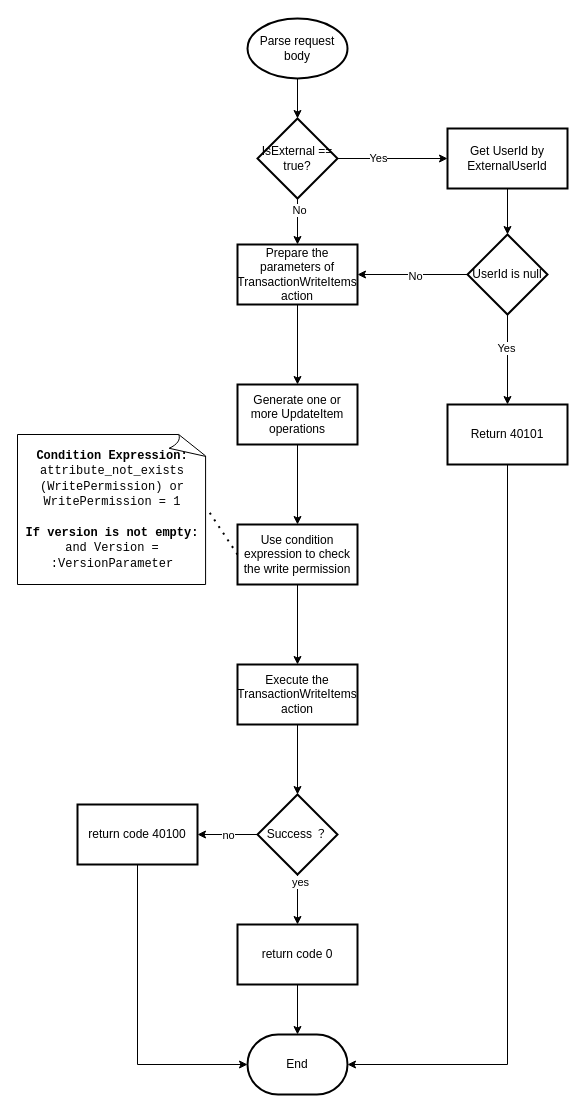
Before: page "WriteObjects" (4 of 8) of save_data.drawio in yaohuiwu/SimpleFS, a draw.io diagram. Source tidied: cells renumbered, new cells numbered last; positions are measured from the earlier drawing's top-left corner, leaving out a move shared by most shapes. Both pictures are drawn from the tidied source at 100%, with x=0, y=0 at pixel (17, 18).
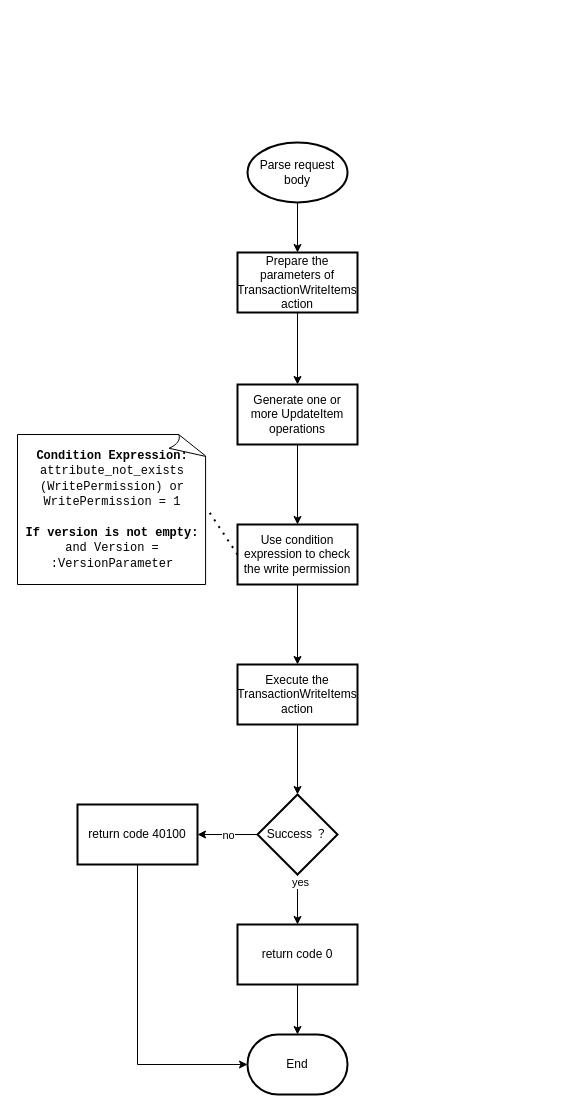
After the change.

Unchanged cells that the change refers to:
```xml
<mxCell id="22" value="End" style="strokeWidth=2;html=1;shape=mxgraph.flowchart.terminator;whiteSpace=wrap;" parent="1" vertex="1">
  <mxGeometry x="230" y="1016" width="100" height="60" as="geometry" />
</mxCell>
```

What changed in the source:
```diff
@@
-    <mxCell id="2" style="edgeStyle=orthogonalEdgeStyle;rounded=0;jettySize=auto;html=1;" parent="1" edge="1" source="3" target="27">
+    <mxCell id="2" style="edgeStyle=orthogonalEdgeStyle;rounded=0;jettySize=auto;html=1;" parent="1" edge="1" source="3" target="5">
       <mxGeometry relative="1" as="geometry" />
     </mxCell>
     <mxCell id="3" value="Parse request body" style="strokeWidth=2;html=1;shape=mxgraph.flowchart.start_1;whiteSpace=wrap;" parent="1" vertex="1">
-      <mxGeometry x="230" width="100" height="60" as="geometry" />
+      <mxGeometry x="230" y="124" width="100" height="60" as="geometry" />
     </mxCell>
@@
     <mxCell id="5" value="Prepare the parameters of TransactionWriteItems action" style="whiteSpace=wrap;html=1;strokeWidth=2;" parent="1" vertex="1">
-      <mxGeometry x="220" y="226" width="120" height="60" as="geometry" />
+      <mxGeometry x="220" y="234" width="120" height="60" as="geometry" />
     </mxCell>
@@
-    <mxCell id="23" style="edgeStyle=orthogonalEdgeStyle;rounded=0;jettySize=auto;html=1;" parent="1" edge="1" source="27" target="5">
-      <mxGeometry relative="1" as="geometry" />
-    </mxCell>
-    <mxCell id="24" value="No" style="edgeLabel;html=1;align=center;verticalAlign=middle;" parent="23" vertex="1">
-      <mxGeometry x="-0.52" y="1" relative="1" as="geometry" />
-    </mxCell>
-    <mxCell id="25" style="edgeStyle=orthogonalEdgeStyle;rounded=0;jettySize=auto;html=1;" parent="1" edge="1" source="27" target="29">
-      <mxGeometry relative="1" as="geometry" />
-    </mxCell>
-    <mxCell id="26" value="Yes" style="edgeLabel;html=1;align=center;verticalAlign=middle;" parent="25" vertex="1">
-      <mxGeometry x="-0.27" y="1" relative="1" as="geometry" />
-    </mxCell>
-    <mxCell id="27" value="IsExternal == true?" style="strokeWidth=2;html=1;shape=mxgraph.flowchart.decision;whiteSpace=wrap;" parent="1" vertex="1">
-      <mxGeometry x="240" y="100" width="80" height="80" as="geometry" />
-    </mxCell>
-    <mxCell id="28" style="edgeStyle=orthogonalEdgeStyle;rounded=0;jettySize=auto;html=1;" parent="1" edge="1" source="29" target="34">
-      <mxGeometry relative="1" as="geometry" />
-    </mxCell>
-    <mxCell id="29" value="Get UserId by ExternalUserId" style="whiteSpace=wrap;html=1;strokeWidth=2;" parent="1" vertex="1">
-      <mxGeometry x="430" y="110" width="120" height="60" as="geometry" />
-    </mxCell>
-    <mxCell id="30" style="edgeStyle=orthogonalEdgeStyle;rounded=0;jettySize=auto;html=1;" parent="1" edge="1" source="34" target="5">
-      <mxGeometry relative="1" as="geometry" />
-    </mxCell>
-    <mxCell id="31" value="No" style="edgeLabel;html=1;align=center;verticalAlign=middle;" parent="30" vertex="1">
-      <mxGeometry x="-0.03" y="1" relative="1" as="geometry" />
-    </mxCell>
-    <mxCell id="32" style="edgeStyle=orthogonalEdgeStyle;rounded=0;jettySize=auto;html=1;" parent="1" edge="1" source="34" target="36">
-      <mxGeometry relative="1" as="geometry" />
-    </mxCell>
-    <mxCell id="33" value="Yes" style="edgeLabel;html=1;align=center;verticalAlign=middle;" parent="32" vertex="1">
-      <mxGeometry x="-0.27" y="-2" relative="1" as="geometry" />
-    </mxCell>
-    <mxCell id="34" value="UserId is null" style="rhombus;whiteSpace=wrap;html=1;strokeWidth=2;" parent="1" vertex="1">
-      <mxGeometry x="450" y="216" width="80" height="80" as="geometry" />
-    </mxCell>
-    <mxCell id="35" style="edgeStyle=orthogonalEdgeStyle;rounded=0;jettySize=auto;html=1;entryX=1;entryY=0.5;entryDx=0;entryDy=0;entryPerimeter=0;" parent="1" edge="1" source="36" target="22">
-      <mxGeometry relative="1" as="geometry">
-        <Array as="points">
-          <mxPoint x="490" y="1046" />
-        </Array>
-      </mxGeometry>
-    </mxCell>
-    <mxCell id="36" value="Return 40101" style="whiteSpace=wrap;html=1;strokeWidth=2;" parent="1" vertex="1">
-      <mxGeometry x="430" y="386" width="120" height="60" as="geometry" />
-    </mxCell>
```
